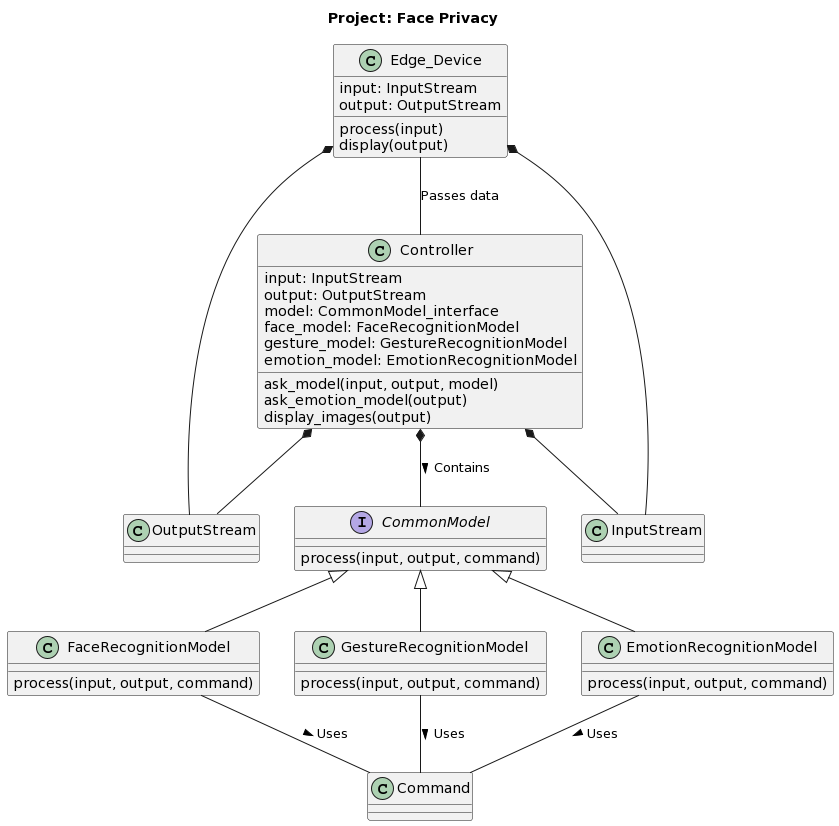
The PlantUML diagram doc/PlantUML_Class_Diagram.png in Team-Intel-Edge-AI/OnTheEdge, before a commit.
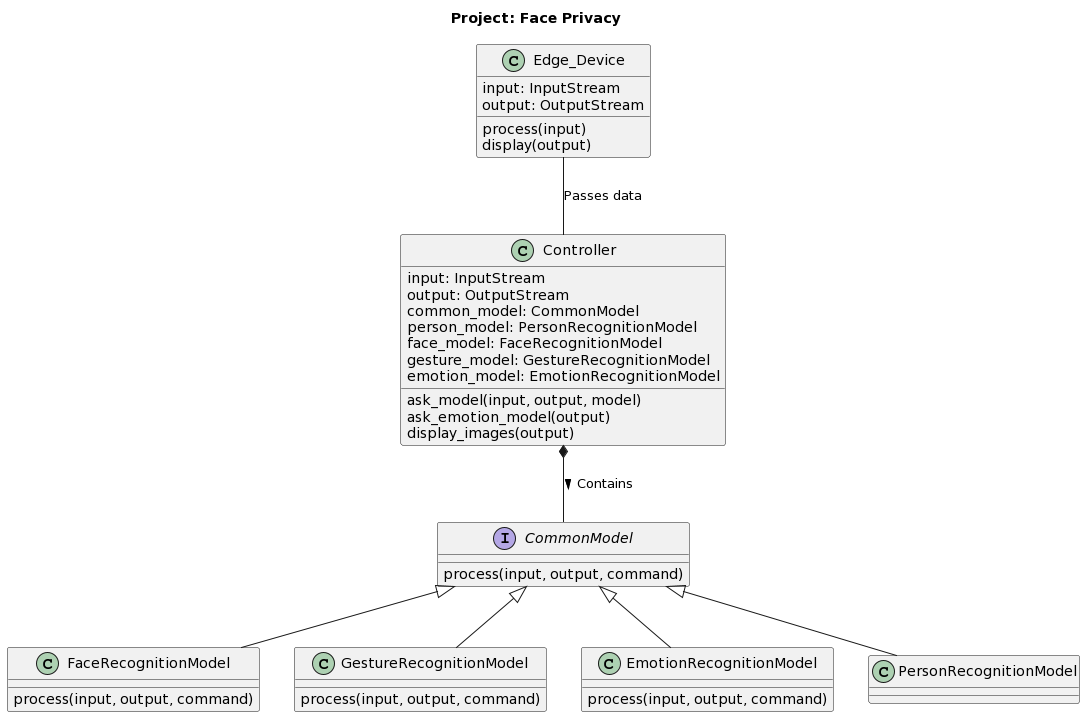
After the commit.

Commit message:
Updated class diagram

The edit, as a diff of the source:
```diff
@@ -11,7 +11,8 @@
 class Controller {
     input: InputStream
     output: OutputStream
-    model: CommonModel_interface
+    common_model: CommonModel
+    person_model: PersonRecognitionModel
     face_model: FaceRecognitionModel
     gesture_model: GestureRecognitionModel
     emotion_model: EmotionRecognitionModel
@@ -36,22 +37,10 @@
     process(input, output, command)
 }
 
-class InputStream {}
-
-class OutputStream {}
-
-class Command {}
-
+CommonModel <|-- PersonRecognitionModel
 CommonModel <|-- FaceRecognitionModel
 CommonModel <|-- GestureRecognitionModel
 CommonModel <|-- EmotionRecognitionModel
-Edge_Device *-- InputStream
-Edge_Device *-- OutputStream
-Controller *-- InputStream
-Controller *-- OutputStream
 Controller *-- CommonModel: > Contains
-FaceRecognitionModel -- Command: > Uses
-GestureRecognitionModel -- Command: > Uses
-EmotionRecognitionModel -- Command: > Uses
 Edge_Device -- Controller: Passes data
 @enduml
```
